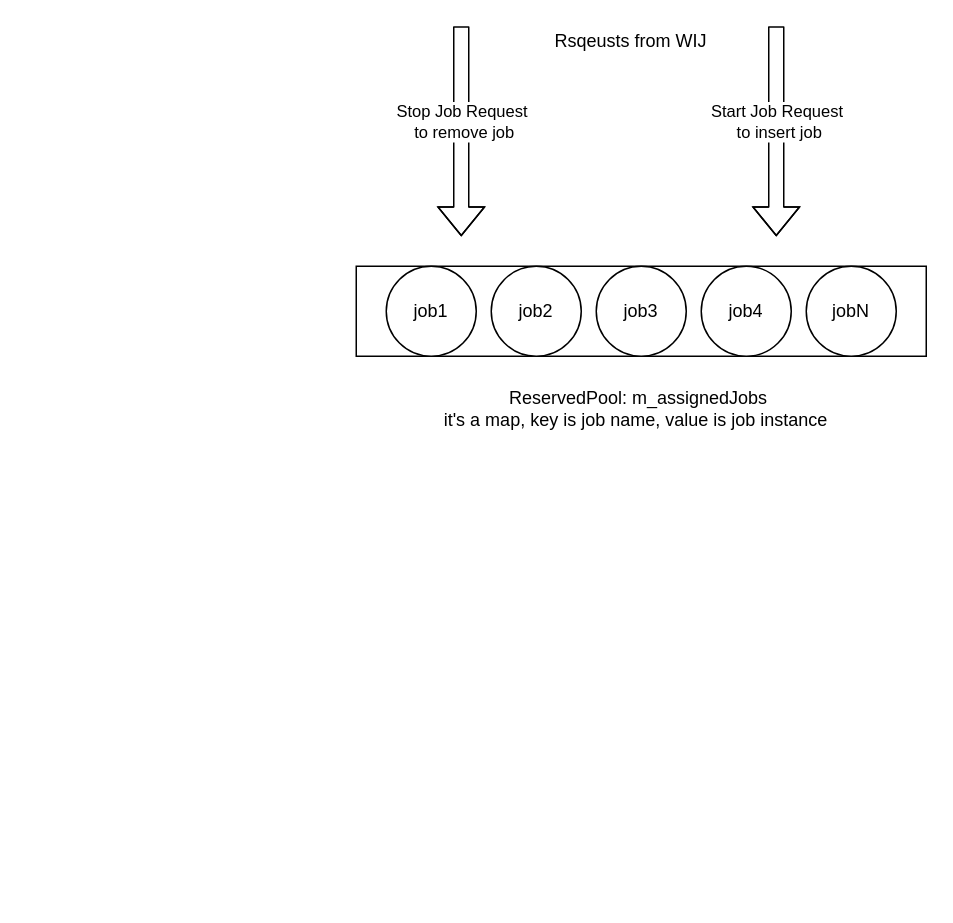
The draw.io diagram picture/job priority queue.drawio in yuyilei/Daily-Notes, before the edit. Source tidied: cells renumbered, new cells numbered last; positions are measured from the earlier drawing's top-left corner, leaving out a move shared by most shapes. Both pictures are drawn from the tidied source at 150%, with x=0, y=0 at pixel (356, 26).
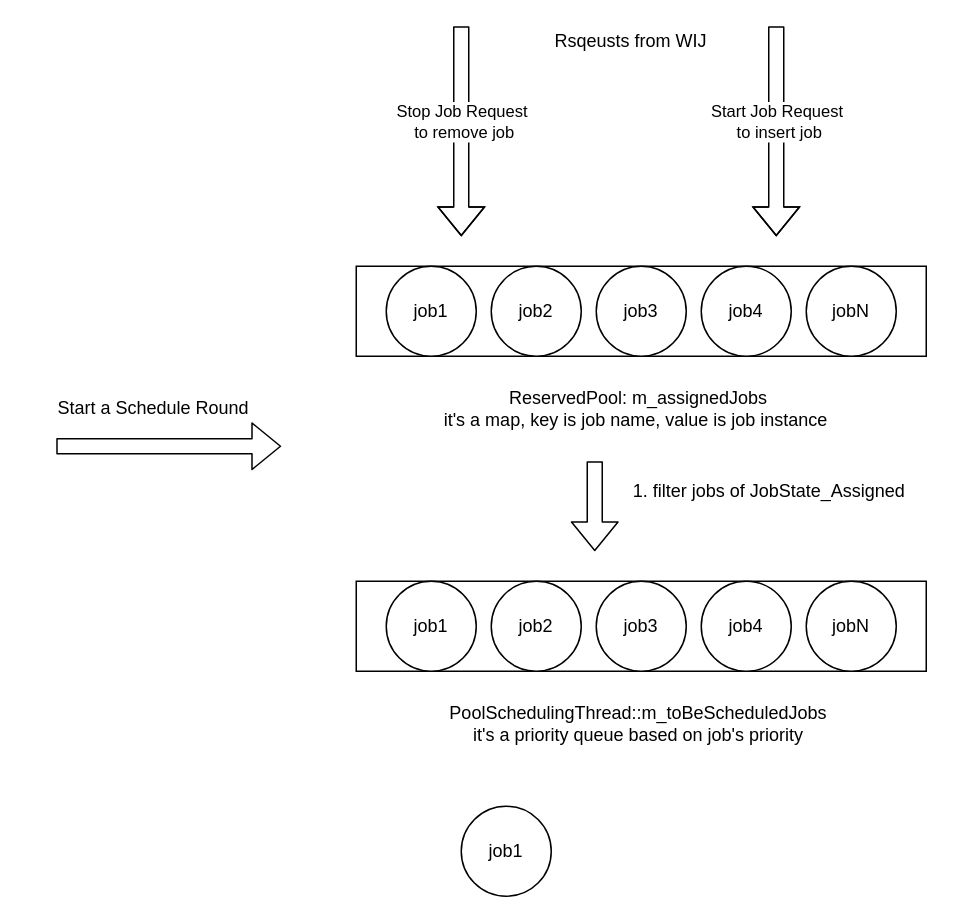
The same diagram, later.

Diff of the diagram source:
```diff
@@
+    <mxCell id="14" style="rounded=0;whiteSpace=wrap;html=1;" parent="1" vertex="1">
+      <mxGeometry y="370" width="380" height="60" as="geometry" />
+    </mxCell>
+    <mxCell id="15" value="job1" style="ellipse;whiteSpace=wrap;html=1;" parent="1" vertex="1">
+      <mxGeometry x="20" y="370" width="60" height="60" as="geometry" />
+    </mxCell>
+    <mxCell id="16" value="job2" style="ellipse;whiteSpace=wrap;html=1;" parent="1" vertex="1">
+      <mxGeometry x="90" y="370" width="60" height="60" as="geometry" />
+    </mxCell>
+    <mxCell id="17" value="job3" style="ellipse;whiteSpace=wrap;html=1;" parent="1" vertex="1">
+      <mxGeometry x="160" y="370" width="60" height="60" as="geometry" />
+    </mxCell>
+    <mxCell id="18" value="job4" style="ellipse;whiteSpace=wrap;html=1;" parent="1" vertex="1">
+      <mxGeometry x="230" y="370" width="60" height="60" as="geometry" />
+    </mxCell>
+    <mxCell id="19" value="jobN" style="ellipse;whiteSpace=wrap;html=1;" parent="1" vertex="1">
+      <mxGeometry x="300" y="370" width="60" height="60" as="geometry" />
+    </mxCell>
+    <mxCell id="20" style="shape=flexArrow;endArrow=classic;html=1;" parent="1" edge="1">
+      <mxGeometry relative="1" as="geometry">
+        <mxPoint x="159" y="290" as="sourcePoint" />
+        <mxPoint x="159" y="350" as="targetPoint" />
+      </mxGeometry>
+    </mxCell>
+    <mxCell id="21" value="1. filter jobs of JobState_Assigned" style="text;html=1;align=center;verticalAlign=middle;" parent="1" vertex="1">
+      <mxGeometry x="175" y="300" width="200" height="20" as="geometry" />
+    </mxCell>
+    <mxCell id="22" value="PoolSchedulingThread::m_toBeScheduledJobs&amp;nbsp;&lt;br&gt;it's a priority queue based on job's priority&amp;nbsp;" style="text;html=1;strokeColor=none;fillColor=none;align=center;verticalAlign=middle;whiteSpace=wrap;rounded=0;" parent="1" vertex="1">
+      <mxGeometry x="25" y="450" width="330" height="30" as="geometry" />
+    </mxCell>
+    <mxCell id="23" value="job1" style="ellipse;whiteSpace=wrap;html=1;" parent="1" vertex="1">
+      <mxGeometry x="70" y="520" width="60" height="60" as="geometry" />
+    </mxCell>
+    <mxCell id="24" style="shape=flexArrow;endArrow=classic;html=1;" parent="1" edge="1">
+      <mxGeometry relative="1" as="geometry">
+        <mxPoint x="-200" y="280" as="sourcePoint" />
+        <mxPoint x="-50" y="280" as="targetPoint" />
+      </mxGeometry>
+    </mxCell>
+    <mxCell id="25" value="Start a Schedule Round" style="text;html=1;strokeColor=none;fillColor=none;align=center;verticalAlign=middle;whiteSpace=wrap;rounded=0;" parent="1" vertex="1">
+      <mxGeometry x="-220" y="250" width="170" height="10" as="geometry" />
+    </mxCell>
```
